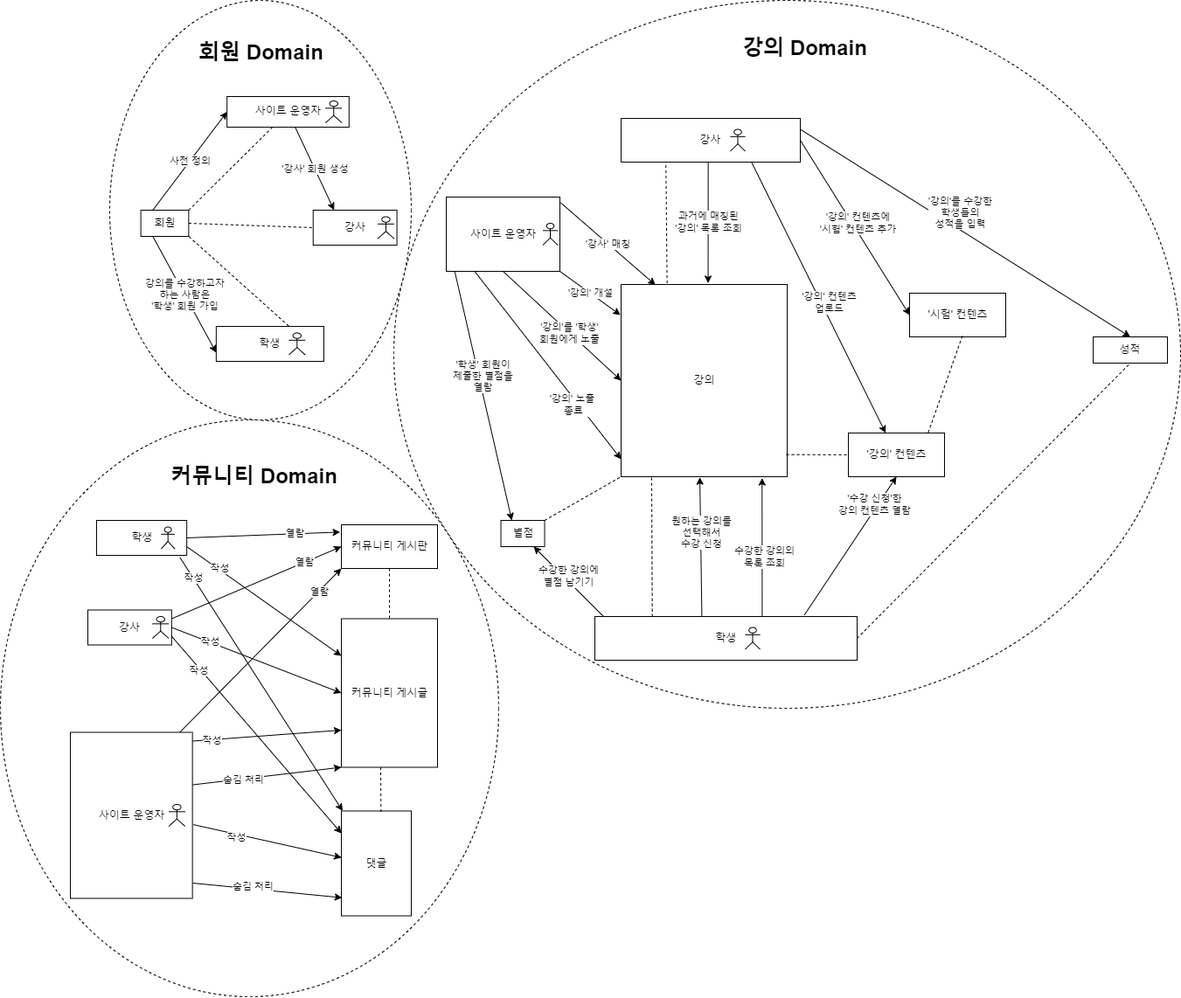
powerstar13/msa-design-task-eureka keeps this draw.io diagram as DomainModel.png. Above is the earlier version. Source tidied: cells renumbered, new cells last; positions are measured from the earlier drawing's top-left corner, leaving out a move shared by most shapes.
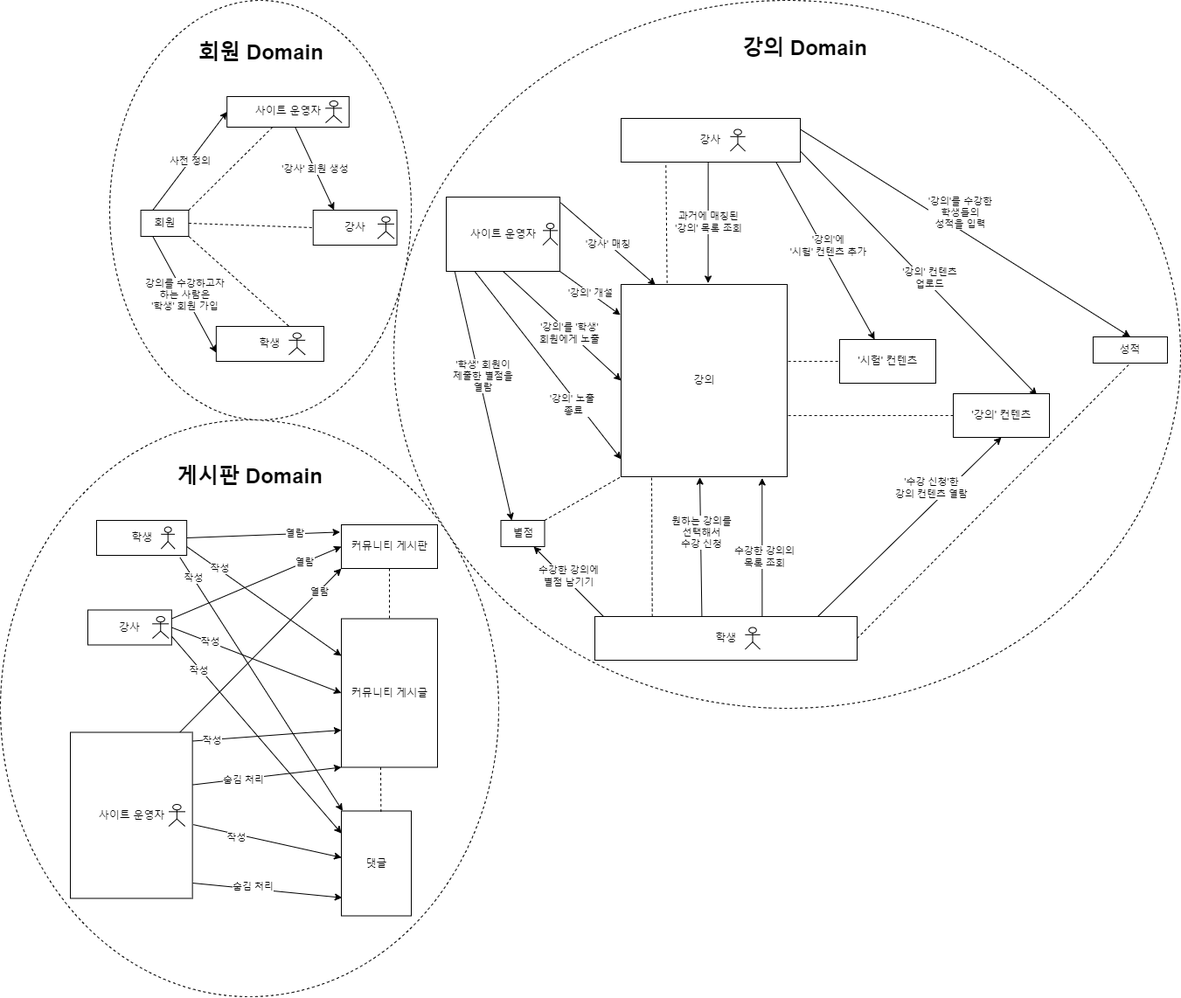
Later version of the same file.

Commit message:
README > 도메인 모델 수정

Change to the diagram source:
```diff
@@ -17,7 +17,7 @@
     <mxCell id="6" value="'강의' 개설" style="edgeLabel;html=1;align=center;verticalAlign=middle;" parent="5" vertex="1">
       <mxGeometry relative="1" as="geometry" />
     </mxCell>
-    <mxCell id="7" style="endArrow=classic;html=1;rounded=0;exitX=0.727;exitY=0.995;exitDx=0;exitDy=0;exitPerimeter=0;" parent="1" edge="1" source="45" target="9">
+    <mxCell id="7" style="endArrow=classic;html=1;rounded=0;exitX=1;exitY=0.75;exitDx=0;exitDy=0;entryX=0.87;entryY=0.032;entryDx=0;entryDy=0;entryPerimeter=0;" parent="1" edge="1" source="45" target="9">
       <mxGeometry relative="1" as="geometry" />
     </mxCell>
     <mxCell id="8" value="'강의' 컨텐츠&lt;br&gt;업로드" style="edgeLabel;html=1;align=center;verticalAlign=middle;" parent="7" vertex="1">
@@ -26,15 +26,15 @@
       </mxGeometry>
     </mxCell>
     <mxCell id="9" value="'강의' 컨텐츠" style="html=1;" parent="1" vertex="1">
-      <mxGeometry x="970" y="495" width="110" height="50" as="geometry" />
+      <mxGeometry x="1090" y="450" width="110" height="50" as="geometry" />
     </mxCell>
     <mxCell id="10" value="'시험' 컨텐츠" style="html=1;" parent="1" vertex="1">
-      <mxGeometry x="1040" y="335" width="110" height="50" as="geometry" />
+      <mxGeometry x="960" y="388" width="110" height="50" as="geometry" />
     </mxCell>
-    <mxCell id="11" style="endArrow=classic;html=1;rounded=0;exitX=1;exitY=0.5;exitDx=0;exitDy=0;entryX=0;entryY=0.5;entryDx=0;entryDy=0;" parent="1" edge="1" source="45" target="10">
+    <mxCell id="11" style="endArrow=classic;html=1;rounded=0;exitX=0.862;exitY=0.979;exitDx=0;exitDy=0;entryX=0.364;entryY=0;entryDx=0;entryDy=0;exitPerimeter=0;entryPerimeter=0;" parent="1" edge="1" source="45" target="10">
       <mxGeometry relative="1" as="geometry" />
     </mxCell>
-    <mxCell id="12" value="'강의' 컨텐츠에&lt;br&gt;'시험' 컨텐츠 추가" style="edgeLabel;html=1;align=center;verticalAlign=middle;" parent="11" vertex="1">
+    <mxCell id="12" value="'강의'에&lt;br&gt;'시험' 컨텐츠 추가" style="edgeLabel;html=1;align=center;verticalAlign=middle;" parent="11" vertex="1">
       <mxGeometry relative="1" as="geometry">
         <mxPoint x="3" y="-5" as="offset" />
       </mxGeometry>
@@ -56,7 +56,7 @@
         <mxPoint y="-16" as="offset" />
       </mxGeometry>
     </mxCell>
-    <mxCell id="18" style="endArrow=classic;html=1;rounded=0;entryX=0.5;entryY=1;entryDx=0;entryDy=0;exitX=0.799;exitY=-0.035;exitDx=0;exitDy=0;exitPerimeter=0;" parent="1" edge="1" source="48" target="9">
+    <mxCell id="18" style="endArrow=classic;html=1;rounded=0;entryX=0.5;entryY=1;entryDx=0;entryDy=0;exitX=0.833;exitY=0.1;exitDx=0;exitDy=0;exitPerimeter=0;" parent="1" edge="1" source="48" target="9">
       <mxGeometry relative="1" as="geometry" />
     </mxCell>
     <mxCell id="19" value="'수강 신청'한&lt;br&gt;강의 컨텐츠 열람" style="edgeLabel;html=1;align=center;verticalAlign=middle;" parent="18" vertex="1">
@@ -64,10 +64,10 @@
         <mxPoint x="27" y="-47" as="offset" />
       </mxGeometry>
     </mxCell>
-    <mxCell id="20" style="endArrow=none;html=1;rounded=0;entryX=0.549;entryY=0.98;entryDx=0;entryDy=0;dashed=1;entryPerimeter=0;exitX=0.831;exitY=-0.013;exitDx=0;exitDy=0;exitPerimeter=0;" parent="1" edge="1" source="9" target="10">
+    <mxCell id="20" style="endArrow=none;html=1;rounded=0;entryX=0;entryY=0.5;entryDx=0;entryDy=0;dashed=1;exitX=1.006;exitY=0.4;exitDx=0;exitDy=0;exitPerimeter=0;" parent="1" edge="1" source="4" target="10">
       <mxGeometry relative="1" as="geometry" />
     </mxCell>
-    <mxCell id="21" style="endArrow=none;html=1;rounded=0;exitX=0.995;exitY=0.885;exitDx=0;exitDy=0;entryX=0;entryY=0.5;entryDx=0;entryDy=0;exitPerimeter=0;dashed=1;" parent="1" edge="1" source="4" target="9">
+    <mxCell id="21" style="endArrow=none;html=1;rounded=0;exitX=1.006;exitY=0.682;exitDx=0;exitDy=0;entryX=0;entryY=0.5;entryDx=0;entryDy=0;dashed=1;exitPerimeter=0;" parent="1" edge="1" source="4" target="9">
       <mxGeometry relative="1" as="geometry" />
     </mxCell>
     <mxCell id="22" style="endArrow=none;html=1;rounded=0;exitX=0.219;exitY=0.003;exitDx=0;exitDy=0;entryX=0.184;entryY=0.996;entryDx=0;entryDy=0;exitPerimeter=0;dashed=1;entryPerimeter=0;" parent="1" edge="1" source="48" target="4">
@@ -172,8 +172,8 @@
     <mxCell id="51" style="ellipse;whiteSpace=wrap;html=1;align=center;dashed=1;" parent="50" vertex="1">
       <mxGeometry width="570" height="660" as="geometry" />
     </mxCell>
-    <mxCell id="52" value="커뮤니티 Domain" style="text;strokeColor=none;fillColor=none;html=1;fontSize=24;fontStyle=1;verticalAlign=middle;align=center;" parent="50" vertex="1">
-      <mxGeometry x="205" y="45" width="170" height="40" as="geometry" />
+    <mxCell id="52" value="게시판 Domain" style="text;strokeColor=none;fillColor=none;html=1;fontSize=24;fontStyle=1;verticalAlign=middle;align=center;" parent="50" vertex="1">
+      <mxGeometry x="180" y="45" width="210" height="40" as="geometry" />
     </mxCell>
     <mxCell id="53" style="group;" parent="50" vertex="1">
       <mxGeometry x="100" y="217.5" width="95.8" height="40" as="geometry" />
```
